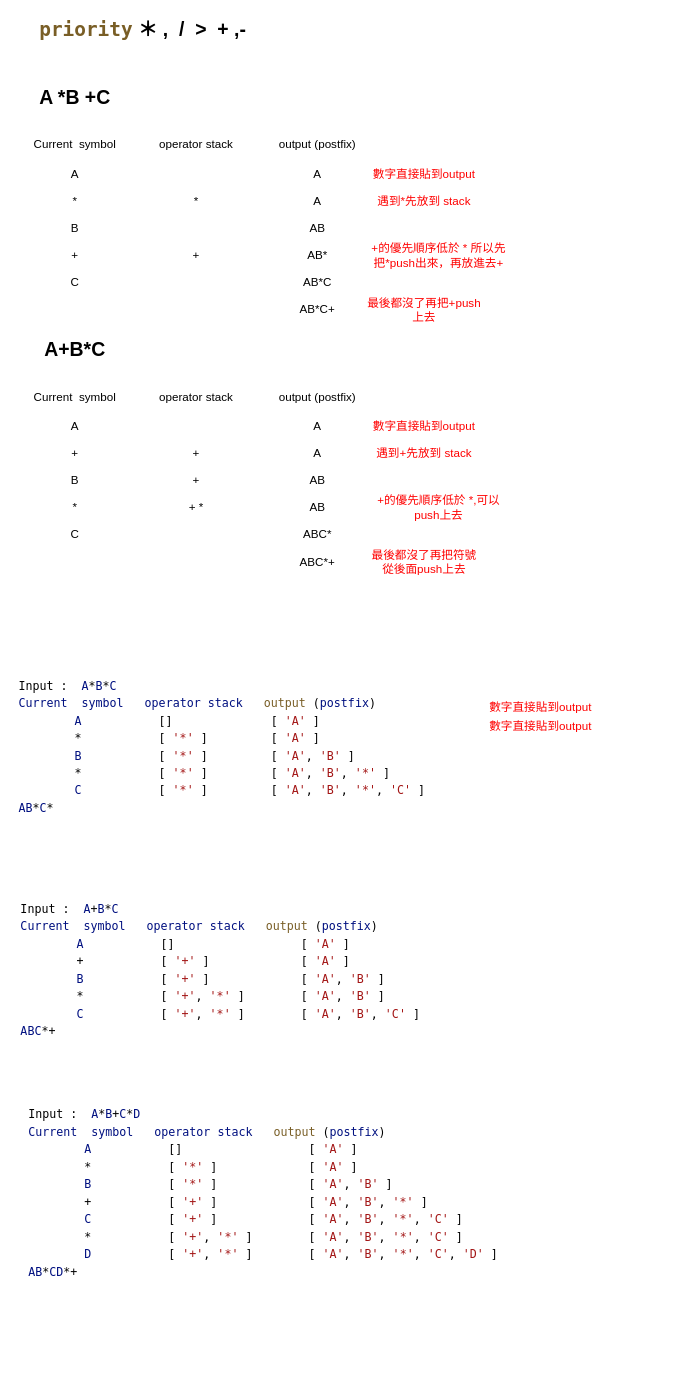
The draw.io diagram assets/postfix.drawio in gh286991-learing/jsDungeon-3F-Calculator, before the edit. Source tidied: cells renumbered, new cells numbered last; positions are measured from the earlier drawing's top-left corner, leaving out a move shared by most shapes. Both pictures are drawn from the tidied source at 97%, with x=0, y=0 at pixel (16, 18).
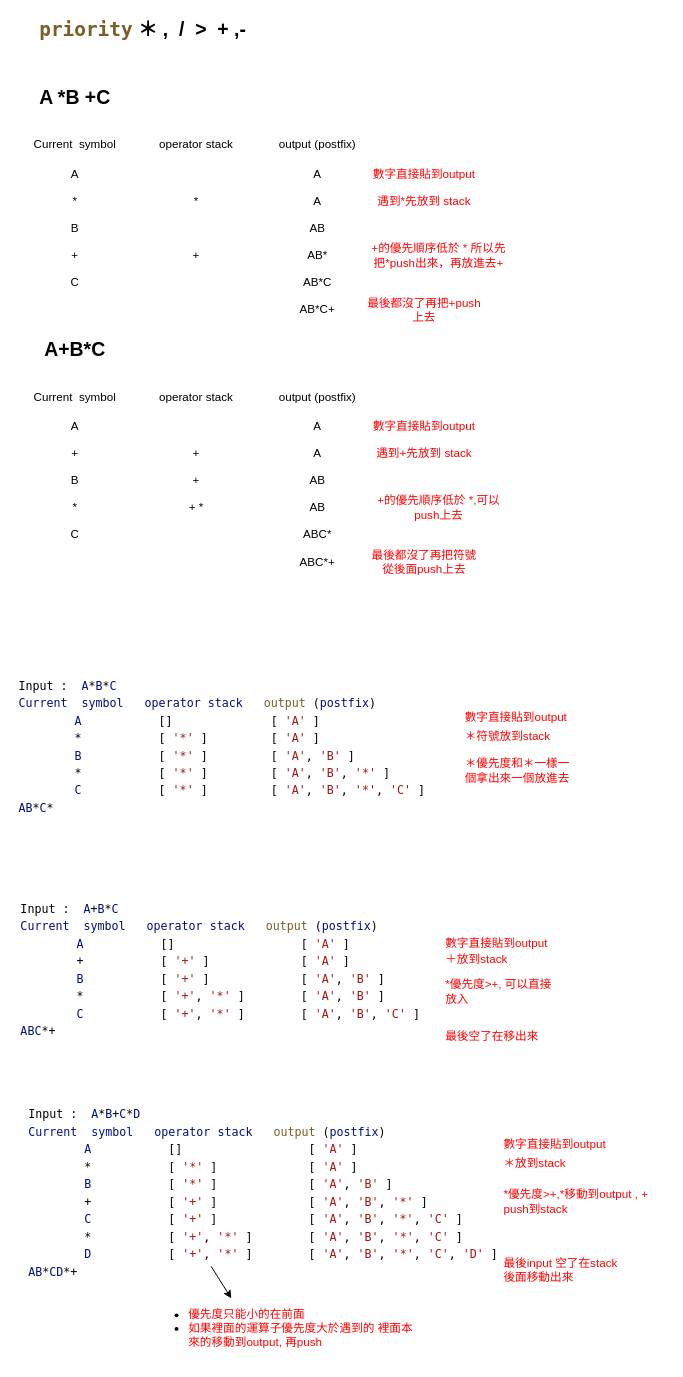
The same page after the edit.

Commit message (it also covers changes not shown here):
infix trans to postfix , #2

The change refers to these unchanged cells:
```xml
<mxCell id="69" value="&lt;div style=&quot;background-color: rgb(255 , 255 , 255) ; font-family: &amp;#34;menlo&amp;#34; , &amp;#34;monaco&amp;#34; , &amp;#34;courier new&amp;#34; , monospace ; line-height: 18px ; white-space: pre&quot;&gt;&lt;div&gt;Input&amp;nbsp;:&amp;nbsp;&amp;nbsp;&lt;span style=&quot;color: #001080&quot;&gt;A&lt;/span&gt;*&lt;span style=&quot;color: #001080&quot;&gt;B&lt;/span&gt;+&lt;span style=&quot;color: #001080&quot;&gt;C&lt;/span&gt;*&lt;span style=&quot;color: #001080&quot;&gt;D&lt;/span&gt;&lt;/div&gt;&lt;div&gt;&lt;span style=&quot;color: #001080&quot;&gt;Current&lt;/span&gt;&amp;nbsp;&amp;nbsp;&lt;span style=&quot;color: #001080&quot;&gt;symbol&lt;/span&gt;&amp;nbsp;&amp;nbsp;&amp;nbsp;&lt;span style=&quot;color: #001080&quot;&gt;operator&lt;/span&gt;&amp;nbsp;&lt;span style=&quot;color: #001080&quot;&gt;stack&lt;/span&gt;&amp;nbsp;&amp;nbsp;&amp;nbsp;&lt;span style=&quot;color: #795e26&quot;&gt;output&lt;/span&gt;&amp;nbsp;(&lt;span style=&quot;color: #001080&quot;&gt;postfix&lt;/span&gt;)&lt;/div&gt;&lt;div&gt;&amp;nbsp;&amp;nbsp;&amp;nbsp;&amp;nbsp;&amp;nbsp;&amp;nbsp;&amp;nbsp;&amp;nbsp;&lt;span style=&quot;color: #001080&quot;&gt;A&lt;/span&gt;&amp;nbsp;&amp;nbsp;&amp;nbsp;&amp;nbsp;&amp;nbsp;&amp;nbsp;&amp;nbsp;&amp;nbsp;&amp;nbsp;&amp;nbsp;&amp;nbsp;[]&amp;nbsp;&amp;nbsp;&amp;nbsp;&amp;nbsp;&amp;nbsp;&amp;nbsp;&amp;nbsp;&amp;nbsp;&amp;nbsp;&amp;nbsp;&amp;nbsp;&amp;nbsp;&amp;nbsp;&amp;nbsp;&amp;nbsp;&amp;nbsp;&amp;nbsp;&amp;nbsp;[&amp;nbsp;&lt;span style=&quot;color: #a31515&quot;&gt;'A'&lt;/span&gt;&amp;nbsp;]&lt;/div&gt;&lt;div&gt;&amp;nbsp;&amp;nbsp;&amp;nbsp;&amp;nbsp;&amp;nbsp;&amp;nbsp;&amp;nbsp;&amp;nbsp;*&amp;nbsp;&amp;nbsp;&amp;nbsp;&amp;nbsp;&amp;nbsp;&amp;nbsp;&amp;nbsp;&amp;nbsp;&amp;nbsp;&amp;nbsp;&amp;nbsp;[&amp;nbsp;&lt;span style=&quot;color: #a31515&quot;&gt;'*'&lt;/span&gt;&amp;nbsp;]&amp;nbsp;&amp;nbsp;&amp;nbsp;&amp;nbsp;&amp;nbsp;&amp;nbsp;&amp;nbsp;&amp;nbsp;&amp;nbsp;&amp;nbsp;&amp;nbsp;&amp;nbsp;&amp;nbsp;[&amp;nbsp;&lt;span style=&quot;color: #a31515&quot;&gt;'A'&lt;/span&gt;&amp;nbsp;]&lt;/div&gt;&lt;div&gt;&amp;nbsp;&amp;nbsp;&amp;nbsp;&amp;nbsp;&amp;nbsp;&amp;nbsp;&amp;nbsp;&amp;nbsp;&lt;span style=&quot;color: #001080&quot;&gt;B&lt;/span&gt;&amp;nbsp;&amp;nbsp;&amp;nbsp;&amp;nbsp;&amp;nbsp;&amp;nbsp;&amp;nbsp;&amp;nbsp;&amp;nbsp;&amp;nbsp;&amp;nbsp;[&amp;nbsp;&lt;span style=&quot;color: #a31515&quot;&gt;'*'&lt;/span&gt;&amp;nbsp;]&amp;nbsp;&amp;nbsp;&amp;nbsp;&amp;nbsp;&amp;nbsp;&amp;nbsp;&amp;nbsp;&amp;nbsp;&amp;nbsp;&amp;nbsp;&amp;nbsp;&amp;nbsp;&amp;nbsp;[&amp;nbsp;&lt;span style=&quot;color: #a31515&quot;&gt;'A'&lt;/span&gt;,&amp;nbsp;&lt;span style=&quot;color: #a31515&quot;&gt;'B'&lt;/span&gt;&amp;nbsp;]&lt;/div&gt;&lt;div&gt;&amp;nbsp;&amp;nbsp;&amp;nbsp;&amp;nbsp;&amp;nbsp;&amp;nbsp;&amp;nbsp;&amp;nbsp;+&amp;nbsp;&amp;nbsp;&amp;nbsp;&amp;nbsp;&amp;nbsp;&amp;nbsp;&amp;nbsp;&amp;nbsp;&amp;nbsp;&amp;nbsp;&amp;nbsp;[&amp;nbsp;&lt;span style=&quot;color: #a31515&quot;&gt;'+'&lt;/span&gt;&amp;nbsp;]&amp;nbsp;&amp;nbsp;&amp;nbsp;&amp;nbsp;&amp;nbsp;&amp;nbsp;&amp;nbsp;&amp;nbsp;&amp;nbsp;&amp;nbsp;&amp;nbsp;&amp;nbsp;&amp;nbsp;[&amp;nbsp;&lt;span style=&quot;color: #a31515&quot;&gt;'A'&lt;/span&gt;,&amp;nbsp;&lt;span style=&quot;color: #a31515&quot;&gt;'B'&lt;/span&gt;,&amp;nbsp;&lt;span style=&quot;color: #a31515&quot;&gt;'*'&lt;/span&gt;&amp;nbsp;]&lt;/div&gt;&lt;div&gt;&amp;nbsp;&amp;nbsp;&amp;nbsp;&amp;nbsp;&amp;nbsp;&amp;nbsp;&amp;nbsp;&amp;nbsp;&lt;span style=&quot;color: #001080&quot;&gt;C&lt;/span&gt;&amp;nbsp;&amp;nbsp;&amp;nbsp;&amp;nbsp;&amp;nbsp;&amp;nbsp;&amp;nbsp;&amp;nbsp;&amp;nbsp;&amp;nbsp;&amp;nbsp;[&amp;nbsp;&lt;span style=&quot;color: #a31515&quot;&gt;'+'&lt;/span&gt;&amp;nbsp;]&amp;nbsp;&amp;nbsp;&amp;nbsp;&amp;nbsp;&amp;nbsp;&amp;nbsp;&amp;nbsp;&amp;nbsp;&amp;nbsp;&amp;nbsp;&amp;nbsp;&amp;nbsp;&amp;nbsp;[&amp;nbsp;&lt;span style=&quot;color: #a31515&quot;&gt;'A'&lt;/span&gt;,&amp;nbsp;&lt;span style=&quot;color: #a31515&quot;&gt;'B'&lt;/span&gt;,&amp;nbsp;&lt;span style=&quot;color: #a31515&quot;&gt;'*'&lt;/span&gt;,&amp;nbsp;&lt;span style=&quot;color: #a31515&quot;&gt;'C'&lt;/span&gt;&amp;nbsp;]&lt;/div&gt;&lt;div&gt;&amp;nbsp;&amp;nbsp;&amp;nbsp;&amp;nbsp;&amp;nbsp;&amp;nbsp;&amp;nbsp;&amp;nbsp;*&amp;nbsp;&amp;nbsp;&amp;nbsp;&amp;nbsp;&amp;nbsp;&amp;nbsp;&amp;nbsp;&amp;nbsp;&amp;nbsp;&amp;nbsp;&amp;nbsp;[&amp;nbsp;&lt;span style=&quot;color: #a31515&quot;&gt;'+'&lt;/span&gt;,&amp;nbsp;&lt;span style=&quot;color: #a31515&quot;&gt;'*'&lt;/span&gt;&amp;nbsp;]&amp;nbsp;&amp;nbsp;&amp;nbsp;&amp;nbsp;&amp;nbsp;&amp;nbsp;&amp;nbsp;&amp;nbsp;[&amp;nbsp;&lt;span style=&quot;color: #a31515&quot;&gt;'A'&lt;/span&gt;,&amp;nbsp;&lt;span style=&quot;color: #a31515&quot;&gt;'B'&lt;/span&gt;,&amp;nbsp;&lt;span style=&quot;color: #a31515&quot;&gt;'*'&lt;/span&gt;,&amp;nbsp;&lt;span style=&quot;color: #a31515&quot;&gt;'C'&lt;/span&gt;&amp;nbsp;]&lt;/div&gt;&lt;div&gt;&amp;nbsp;&amp;nbsp;&amp;nbsp;&amp;nbsp;&amp;nbsp;&amp;nbsp;&amp;nbsp;&amp;nbsp;&lt;span style=&quot;color: #001080&quot;&gt;D&lt;/span&gt;&amp;nbsp;&amp;nbsp;&amp;nbsp;&amp;nbsp;&amp;nbsp;&amp;nbsp;&amp;nbsp;&amp;nbsp;&amp;nbsp;&amp;nbsp;&amp;nbsp;[&amp;nbsp;&lt;span style=&quot;color: #a31515&quot;&gt;'+'&lt;/span&gt;,&amp;nbsp;&lt;span style=&quot;color: #a31515&quot;&gt;'*'&lt;/span&gt;&amp;nbsp;]&amp;nbsp;&amp;nbsp;&amp;nbsp;&amp;nbsp;&amp;nbsp;&amp;nbsp;&amp;nbsp;&amp;nbsp;[&amp;nbsp;&lt;span style=&quot;color: #a31515&quot;&gt;'A'&lt;/span&gt;,&amp;nbsp;&lt;span style=&quot;color: #a31515&quot;&gt;'B'&lt;/span&gt;,&amp;nbsp;&lt;span style=&quot;color: #a31515&quot;&gt;'*'&lt;/span&gt;,&amp;nbsp;&lt;span style=&quot;color: #a31515&quot;&gt;'C'&lt;/span&gt;,&amp;nbsp;&lt;span style=&quot;color: #a31515&quot;&gt;'D'&lt;/span&gt;&amp;nbsp;]&lt;/div&gt;&lt;div&gt;&lt;span style=&quot;color: #001080&quot;&gt;AB&lt;/span&gt;*&lt;span style=&quot;color: #001080&quot;&gt;CD&lt;/span&gt;*+&lt;/div&gt;&lt;/div&gt;" style="text;html=1;strokeColor=none;fillColor=none;align=left;verticalAlign=middle;whiteSpace=wrap;rounded=0;" parent="1" vertex="1">
  <mxGeometry x="10" y="1120" width="480" height="180" as="geometry" />
</mxCell>
```

Diff of the diagram source:
```diff
@@
-    <mxCell id="66" value="&lt;font color=&quot;#ff0000&quot;&gt;數字直接貼到output&lt;/font&gt;" style="text;html=1;strokeColor=none;fillColor=none;align=center;verticalAlign=middle;whiteSpace=wrap;rounded=0;" parent="1" vertex="1">
-      <mxGeometry x="480" y="700" width="120" height="20" as="geometry" />
+    <mxCell id="66" value="&lt;font color=&quot;#ff0000&quot;&gt;數字直接貼到output&lt;/font&gt;" style="text;html=1;strokeColor=none;fillColor=none;align=left;verticalAlign=middle;whiteSpace=wrap;rounded=0;" parent="1" vertex="1">
+      <mxGeometry x="460" y="710" width="120" height="20" as="geometry" />
     </mxCell>
-    <mxCell id="67" value="&lt;font color=&quot;#ff0000&quot;&gt;數字直接貼到output&lt;/font&gt;" style="text;html=1;strokeColor=none;fillColor=none;align=center;verticalAlign=middle;whiteSpace=wrap;rounded=0;" parent="1" vertex="1">
-      <mxGeometry x="480" y="720" width="120" height="20" as="geometry" />
+    <mxCell id="67" value="&lt;font color=&quot;#ff0000&quot;&gt;＊符號放到stack&lt;/font&gt;" style="text;html=1;strokeColor=none;fillColor=none;align=left;verticalAlign=middle;whiteSpace=wrap;rounded=0;" parent="1" vertex="1">
+      <mxGeometry x="460" y="730" width="120" height="20" as="geometry" />
     </mxCell>
@@
+    <mxCell id="70" value="&lt;font color=&quot;#ff0000&quot;&gt;＊優先度和＊一樣一個拿出來一個放進去&lt;br&gt;&lt;/font&gt;" style="text;html=1;strokeColor=none;fillColor=none;align=left;verticalAlign=middle;whiteSpace=wrap;rounded=0;" parent="1" vertex="1">
+      <mxGeometry x="460" y="765" width="120" height="20" as="geometry" />
+    </mxCell>
+    <mxCell id="71" value="&lt;font color=&quot;#ff0000&quot;&gt;數字直接貼到output&lt;/font&gt;" style="text;html=1;strokeColor=none;fillColor=none;align=left;verticalAlign=middle;whiteSpace=wrap;rounded=0;" parent="1" vertex="1">
+      <mxGeometry x="440" y="942.5" width="120" height="20" as="geometry" />
+    </mxCell>
+    <mxCell id="72" value="&lt;font color=&quot;#ff0000&quot;&gt;＋放到stack&lt;/font&gt;" style="text;html=1;strokeColor=none;fillColor=none;align=left;verticalAlign=middle;whiteSpace=wrap;rounded=0;" parent="1" vertex="1">
+      <mxGeometry x="440" y="960" width="120" height="20" as="geometry" />
+    </mxCell>
+    <mxCell id="73" value="&lt;font color=&quot;#ff0000&quot;&gt;*優先度&amp;gt;+, 可以直接放入&lt;/font&gt;" style="text;html=1;strokeColor=none;fillColor=none;align=left;verticalAlign=middle;whiteSpace=wrap;rounded=0;" parent="1" vertex="1">
+      <mxGeometry x="440" y="993" width="120" height="20" as="geometry" />
+    </mxCell>
+    <mxCell id="74" value="&lt;font color=&quot;#ff0000&quot;&gt;最後空了在移出來&lt;/font&gt;" style="text;html=1;strokeColor=none;fillColor=none;align=left;verticalAlign=middle;whiteSpace=wrap;rounded=0;" parent="1" vertex="1">
+      <mxGeometry x="440" y="1039" width="120" height="20" as="geometry" />
+    </mxCell>
+    <mxCell id="75" value="&lt;font color=&quot;#ff0000&quot;&gt;數字直接貼到output&lt;/font&gt;" style="text;html=1;strokeColor=none;fillColor=none;align=left;verticalAlign=middle;whiteSpace=wrap;rounded=0;" parent="1" vertex="1">
+      <mxGeometry x="500" y="1150" width="120" height="20" as="geometry" />
+    </mxCell>
+    <mxCell id="76" value="&lt;font color=&quot;#ff0000&quot;&gt;＊放到stack&lt;/font&gt;" style="text;html=1;strokeColor=none;fillColor=none;align=left;verticalAlign=middle;whiteSpace=wrap;rounded=0;" parent="1" vertex="1">
+      <mxGeometry x="500" y="1170" width="120" height="20" as="geometry" />
+    </mxCell>
+    <mxCell id="77" value="&lt;font color=&quot;#ff0000&quot;&gt;*優先度&amp;gt;+,*移動到output , + push到stack&lt;/font&gt;" style="text;html=1;strokeColor=none;fillColor=none;align=left;verticalAlign=middle;whiteSpace=wrap;rounded=0;" parent="1" vertex="1">
+      <mxGeometry x="500" y="1209" width="170" height="20" as="geometry" />
+    </mxCell>
+    <mxCell id="78" value="&lt;font color=&quot;#ff0000&quot;&gt;最後input 空了在stack後面移動出來&lt;/font&gt;" style="text;html=1;strokeColor=none;fillColor=none;align=left;verticalAlign=middle;whiteSpace=wrap;rounded=0;" parent="1" vertex="1">
+      <mxGeometry x="500" y="1280" width="120" height="20" as="geometry" />
+    </mxCell>
+    <mxCell id="79" style="endArrow=classic;html=1;exitX=0.396;exitY=0.922;exitDx=0;exitDy=0;exitPerimeter=0;" parent="1" edge="1" source="69">
+      <mxGeometry relative="1" as="geometry">
+        <mxPoint x="221" y="1319" as="targetPoint" />
+      </mxGeometry>
+    </mxCell>
+    <mxCell id="80" value="&lt;ul&gt;&lt;li&gt;&lt;font color=&quot;#ff0000&quot;&gt;優先度只能小的在前面&lt;/font&gt;&lt;/li&gt;&lt;li&gt;&lt;font color=&quot;#ff0000&quot;&gt;如果裡面的運算子優先度大於遇到的 裡面本來的移動到output, 再push&lt;/font&gt;&lt;/li&gt;&lt;/ul&gt;" style="text;html=1;strokeColor=none;fillColor=none;align=left;verticalAlign=middle;whiteSpace=wrap;rounded=0;" parent="1" vertex="1">
+      <mxGeometry x="135" y="1340" width="285" height="20" as="geometry" />
+    </mxCell>
```
